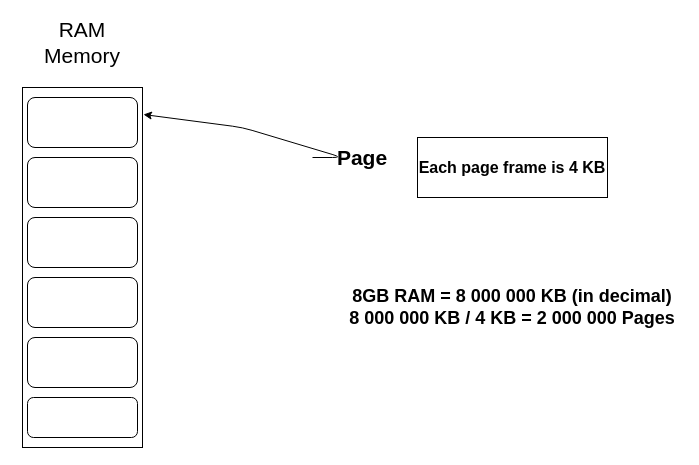
The draw.io diagram memory_pages.drawio in alievako/OSA, before the edit. Source tidied: cells renumbered, new cells numbered last; positions are measured from the earlier drawing's top-left corner, leaving out a move shared by most shapes. Both pictures are drawn from the tidied source at 100%, with x=0, y=0 at pixel (17, 17).
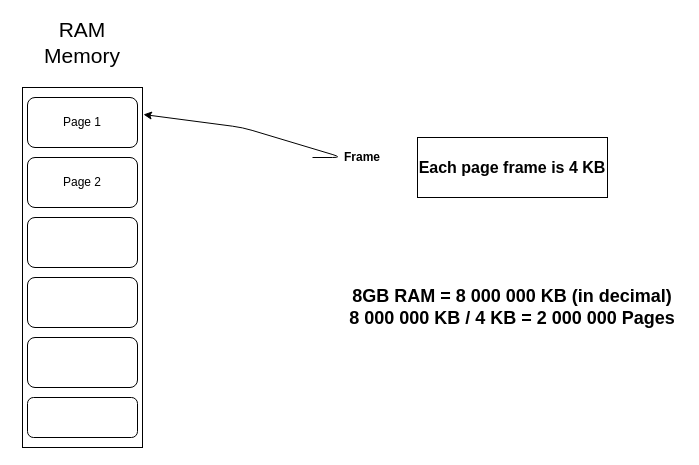
The same page after the edit.

What changed in the source:
```diff
@@
 <mxGraphModel>
   <root>
     <mxCell id="0" />
     <mxCell id="1" parent="0" />
     <mxCell id="2" style="rounded=0;whiteSpace=wrap;html=1;" parent="1" vertex="1">
       <mxGeometry x="5" y="70" width="120" height="360" as="geometry" />
     </mxCell>
-    <mxCell id="3" style="rounded=1;whiteSpace=wrap;html=1;" parent="1" vertex="1">
+    <mxCell id="3" value="Page 1" style="rounded=1;whiteSpace=wrap;html=1;" parent="1" vertex="1">
       <mxGeometry x="10" y="80" width="110" height="50" as="geometry" />
     </mxCell>
     <mxCell id="4" style="rounded=1;whiteSpace=wrap;html=1;" parent="1" vertex="1">
       <mxGeometry x="10" y="260" width="110" height="50" as="geometry" />
     </mxCell>
     <mxCell id="5" style="rounded=1;whiteSpace=wrap;html=1;" parent="1" vertex="1">
       <mxGeometry x="10" y="200" width="110" height="50" as="geometry" />
     </mxCell>
-    <mxCell id="6" style="rounded=1;whiteSpace=wrap;html=1;" parent="1" vertex="1">
+    <mxCell id="6" value="Page 2" style="rounded=1;whiteSpace=wrap;html=1;" parent="1" vertex="1">
       <mxGeometry x="10" y="140" width="110" height="50" as="geometry" />
     </mxCell>
     <mxCell id="7" style="rounded=1;whiteSpace=wrap;html=1;" parent="1" vertex="1">
       <mxGeometry x="10" y="320" width="110" height="50" as="geometry" />
     </mxCell>
     <mxCell id="8" style="rounded=1;whiteSpace=wrap;html=1;" parent="1" vertex="1">
       <mxGeometry x="10" y="380" width="110" height="40" as="geometry" />
     </mxCell>
     <mxCell id="9" value="&lt;font style=&quot;font-size: 21px&quot;&gt;RAM Memory&lt;br&gt;&lt;/font&gt;" style="text;html=1;strokeColor=none;fillColor=none;align=center;verticalAlign=middle;whiteSpace=wrap;rounded=0;" parent="1" vertex="1">
       <mxGeometry width="130" height="50" as="geometry" />
     </mxCell>
-    <mxCell id="10" value="&lt;font style=&quot;font-size: 21px&quot;&gt;Page&lt;/font&gt;" style="text;html=1;strokeColor=none;fillColor=none;align=center;verticalAlign=middle;whiteSpace=wrap;rounded=0;strokeWidth=3;fontStyle=1;" parent="1" vertex="1">
+    <mxCell id="10" value="Frame" style="text;html=1;strokeColor=none;fillColor=none;align=center;verticalAlign=middle;whiteSpace=wrap;rounded=0;strokeWidth=3;fontStyle=1;" parent="1" vertex="1">
       <mxGeometry x="295" y="120" width="100" height="40" as="geometry" />
     </mxCell>
     <mxCell id="11" style="endArrow=classic;html=1;entryX=1.008;entryY=0.075;entryDx=0;entryDy=0;entryPerimeter=0;" parent="1" edge="1" source="10" target="2">
       <mxGeometry relative="1" as="geometry">
         <Array as="points">
           <mxPoint x="325" y="140" />
           <mxPoint x="225" y="110" />
         </Array>
       </mxGeometry>
     </mxCell>
     <mxCell id="12" value="&lt;b&gt;&lt;font style=&quot;font-size: 16px&quot;&gt;&lt;span class=&quot;ILfuVd NA6bn&quot;&gt;&lt;span class=&quot;hgKElc&quot;&gt;Each page frame is 4 KB&lt;/span&gt;&lt;/span&gt;&lt;/font&gt;&lt;/b&gt;" style="rounded=0;whiteSpace=wrap;html=1;strokeWidth=1;" parent="1" vertex="1">
       <mxGeometry x="400" y="120" width="190" height="60" as="geometry" />
     </mxCell>
     <mxCell id="13" value="&lt;div style=&quot;font-size: 18px&quot;&gt;&lt;font style=&quot;font-size: 18px&quot;&gt;&lt;b&gt;8GB RAM = 8 000 000 KB (in decimal)&lt;/b&gt;&lt;/font&gt;&lt;/div&gt;&lt;div style=&quot;font-size: 18px&quot;&gt;&lt;font style=&quot;font-size: 18px&quot;&gt;&lt;b&gt;8 000 000 KB / 4 KB = 2 000 000 Pages&lt;br&gt;&lt;/b&gt;&lt;/font&gt;&lt;/div&gt;" style="text;html=1;strokeColor=none;fillColor=none;align=center;verticalAlign=middle;whiteSpace=wrap;rounded=0;" parent="1" vertex="1">
       <mxGeometry x="325" y="220" width="340" height="140" as="geometry" />
     </mxCell>
   </root>
 </mxGraphModel>
```
